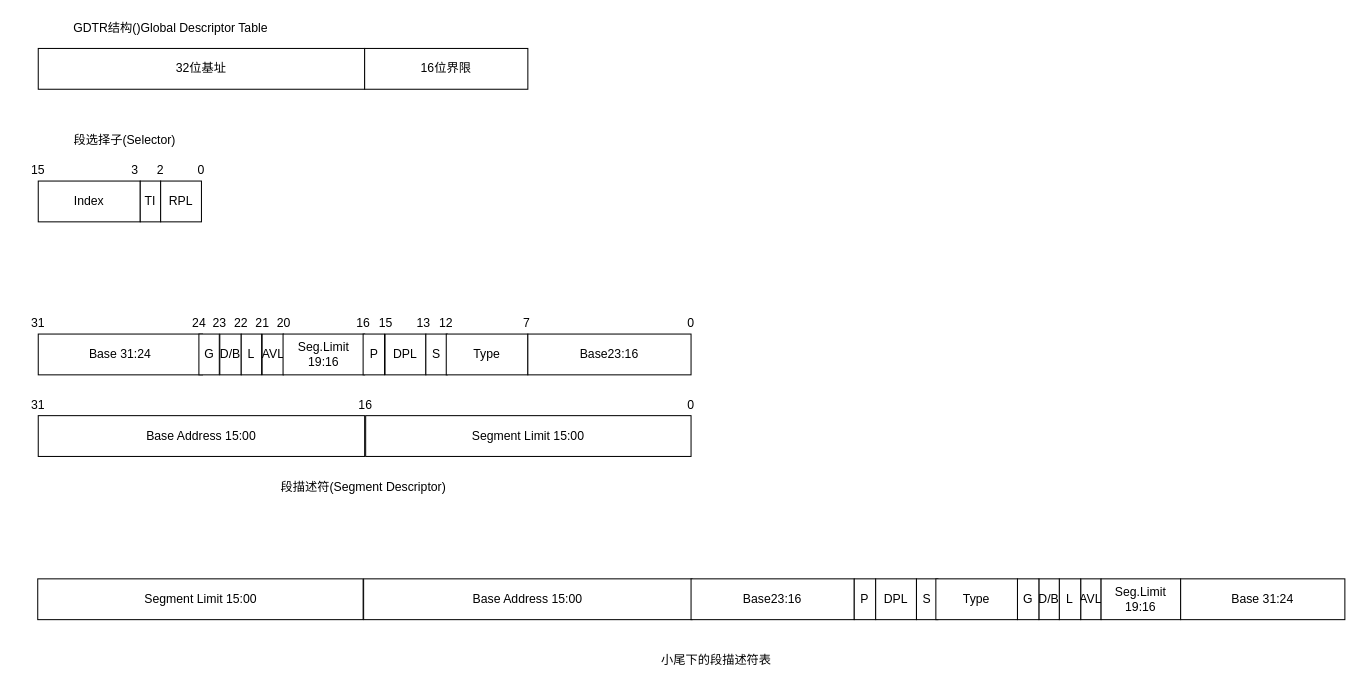
Earlier version of the draw.io diagram Untitled Diagram.drawio (NENCAO/cdn). Source tidied: cells renumbered, new cells numbered last; positions are measured from the earlier drawing's top-left corner, leaving out a move shared by most shapes. Both pictures are drawn from the tidied source at 102%, with x=0, y=0 at pixel (17, 17).
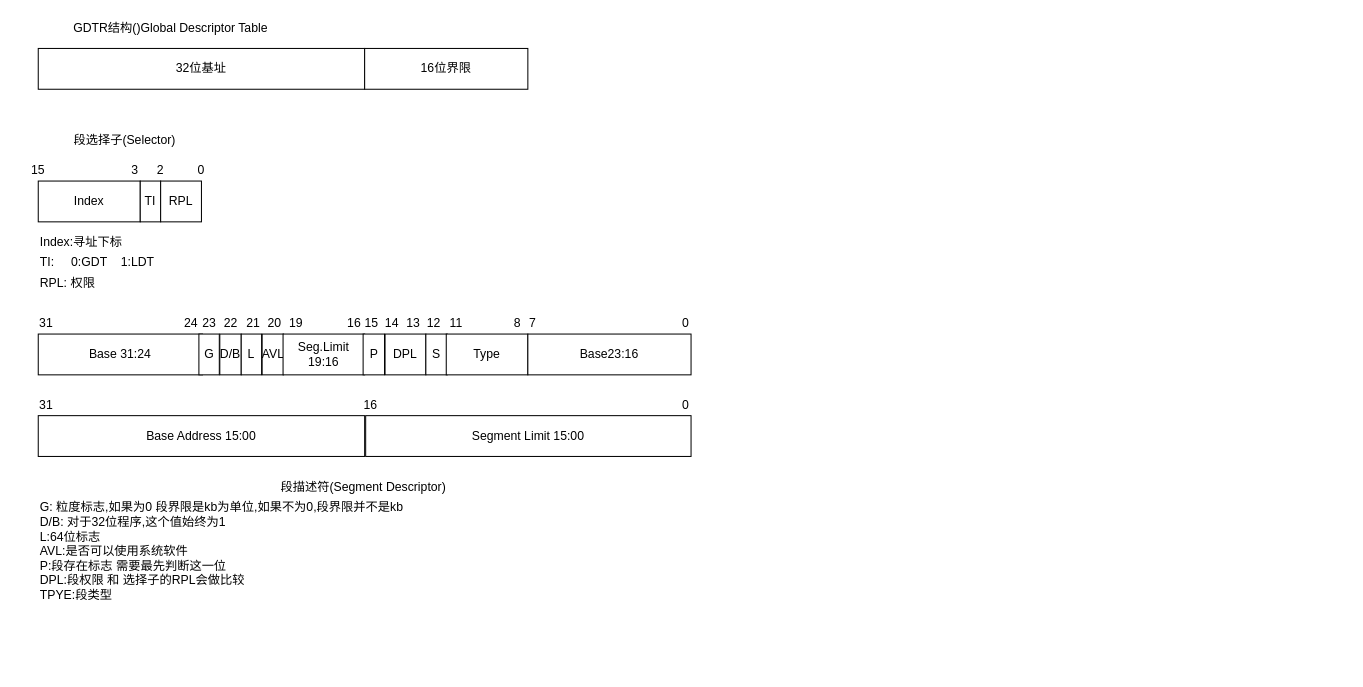
Above is the later version.

What changed in the source:
```diff
@@
     <mxCell id="16" value="31" style="text;html=1;strokeColor=none;fillColor=none;align=center;verticalAlign=middle;whiteSpace=wrap;rounded=0;" parent="1" vertex="1">
-      <mxGeometry x="-0.5" y="290" width="40" height="20" as="geometry" />
+      <mxGeometry x="7.5" y="290" width="40" height="20" as="geometry" />
     </mxCell>
     <mxCell id="17" value="24&lt;br&gt;" style="text;html=1;strokeColor=none;fillColor=none;align=center;verticalAlign=middle;whiteSpace=wrap;rounded=0;" parent="1" vertex="1">
-      <mxGeometry x="158" y="290" width="40" height="20" as="geometry" />
+      <mxGeometry x="150" y="290" width="40" height="20" as="geometry" />
     </mxCell>
     <mxCell id="18" value="23&lt;br&gt;" style="text;html=1;strokeColor=none;fillColor=none;align=center;verticalAlign=middle;whiteSpace=wrap;rounded=0;" parent="1" vertex="1">
-      <mxGeometry x="178" y="290" width="40" height="20" as="geometry" />
+      <mxGeometry x="168" y="290" width="40" height="20" as="geometry" />
     </mxCell>
     <mxCell id="19" value="22&lt;br&gt;" style="text;html=1;strokeColor=none;fillColor=none;align=center;verticalAlign=middle;whiteSpace=wrap;rounded=0;" parent="1" vertex="1">
-      <mxGeometry x="199" y="290" width="40" height="20" as="geometry" />
+      <mxGeometry x="189" y="290" width="40" height="20" as="geometry" />
     </mxCell>
@@
     <mxCell id="22" value="21&lt;br&gt;" style="text;html=1;strokeColor=none;fillColor=none;align=center;verticalAlign=middle;whiteSpace=wrap;rounded=0;" parent="1" vertex="1">
-      <mxGeometry x="219.5" y="290" width="40" height="20" as="geometry" />
+      <mxGeometry x="210.5" y="290" width="40" height="20" as="geometry" />
     </mxCell>
     <mxCell id="23" value="20&lt;br&gt;" style="text;html=1;strokeColor=none;fillColor=none;align=center;verticalAlign=middle;whiteSpace=wrap;rounded=0;" parent="1" vertex="1">
-      <mxGeometry x="240.5" y="290" width="40" height="20" as="geometry" />
+      <mxGeometry x="231.5" y="290" width="40" height="20" as="geometry" />
     </mxCell>
@@
     <mxCell id="25" value="16&lt;br&gt;" style="text;html=1;strokeColor=none;fillColor=none;align=center;verticalAlign=middle;whiteSpace=wrap;rounded=0;" parent="1" vertex="1">
-      <mxGeometry x="318.5" y="290" width="40" height="20" as="geometry" />
+      <mxGeometry x="310" y="290" width="40" height="20" as="geometry" />
     </mxCell>
@@
     <mxCell id="31" value="15&lt;br&gt;" style="text;html=1;strokeColor=none;fillColor=none;align=center;verticalAlign=middle;whiteSpace=wrap;rounded=0;" parent="1" vertex="1">
-      <mxGeometry x="341" y="290" width="40" height="20" as="geometry" />
+      <mxGeometry x="327" y="290" width="40" height="20" as="geometry" />
     </mxCell>
     <mxCell id="32" value="13&lt;br&gt;" style="text;html=1;strokeColor=none;fillColor=none;align=center;verticalAlign=middle;whiteSpace=wrap;rounded=0;" parent="1" vertex="1">
-      <mxGeometry x="377.5" y="290" width="40" height="20" as="geometry" />
+      <mxGeometry x="368" y="290" width="40" height="20" as="geometry" />
     </mxCell>
     <mxCell id="33" value="12&lt;br&gt;" style="text;html=1;strokeColor=none;fillColor=none;align=center;verticalAlign=middle;whiteSpace=wrap;rounded=0;" parent="1" vertex="1">
-      <mxGeometry x="400" y="290" width="40" height="20" as="geometry" />
+      <mxGeometry x="388" y="290" width="40" height="20" as="geometry" />
     </mxCell>
     <mxCell id="34" value="7&lt;br&gt;" style="text;html=1;strokeColor=none;fillColor=none;align=center;verticalAlign=middle;whiteSpace=wrap;rounded=0;" parent="1" vertex="1">
-      <mxGeometry x="479" y="290" width="40" height="20" as="geometry" />
+      <mxGeometry x="485" y="290" width="40" height="20" as="geometry" />
     </mxCell>
     <mxCell id="35" value="0&lt;br&gt;" style="text;html=1;strokeColor=none;fillColor=none;align=center;verticalAlign=middle;whiteSpace=wrap;rounded=0;" parent="1" vertex="1">
-      <mxGeometry x="640" y="290" width="40" height="20" as="geometry" />
+      <mxGeometry x="635" y="290" width="40" height="20" as="geometry" />
     </mxCell>
@@
     <mxCell id="38" value="31" style="text;html=1;strokeColor=none;fillColor=none;align=center;verticalAlign=middle;whiteSpace=wrap;rounded=0;" parent="1" vertex="1">
-      <mxGeometry x="-0.5" y="370" width="40" height="20" as="geometry" />
+      <mxGeometry x="7.5" y="370" width="40" height="20" as="geometry" />
     </mxCell>
     <mxCell id="39" value="16" style="text;html=1;strokeColor=none;fillColor=none;align=center;verticalAlign=middle;whiteSpace=wrap;rounded=0;" parent="1" vertex="1">
-      <mxGeometry x="321" y="370" width="40" height="20" as="geometry" />
+      <mxGeometry x="326" y="370" width="40" height="20" as="geometry" />
     </mxCell>
     <mxCell id="40" value="0" style="text;html=1;strokeColor=none;fillColor=none;align=center;verticalAlign=middle;whiteSpace=wrap;rounded=0;" parent="1" vertex="1">
-      <mxGeometry x="640" y="370" width="40" height="20" as="geometry" />
+      <mxGeometry x="635" y="370" width="40" height="20" as="geometry" />
     </mxCell>
@@
-    <mxCell id="42" value="Segment Limit 15:00" style="rounded=0;whiteSpace=wrap;html=1;" parent="1" vertex="1">
-      <mxGeometry x="19.5" y="550" width="319" height="40" as="geometry" />
-    </mxCell>
-    <mxCell id="43" value="Base Address 15:00&lt;br&gt;" style="rounded=0;whiteSpace=wrap;html=1;" parent="1" vertex="1">
-      <mxGeometry x="339" y="550" width="322" height="40" as="geometry" />
-    </mxCell>
-    <mxCell id="44" value="AVL&lt;br&gt;" style="rounded=0;whiteSpace=wrap;html=1;" parent="1" vertex="1">
-      <mxGeometry x="1042" y="550" width="20" height="40" as="geometry" />
-    </mxCell>
-    <mxCell id="45" value="L" style="rounded=0;whiteSpace=wrap;html=1;" parent="1" vertex="1">
-      <mxGeometry x="1021" y="550" width="21" height="40" as="geometry" />
-    </mxCell>
-    <mxCell id="46" value="D/B" style="rounded=0;whiteSpace=wrap;html=1;" parent="1" vertex="1">
-      <mxGeometry x="1001" y="550" width="20" height="40" as="geometry" />
-    </mxCell>
-    <mxCell id="47" value="G" style="rounded=0;whiteSpace=wrap;html=1;" parent="1" vertex="1">
-      <mxGeometry x="980" y="550" width="21" height="40" as="geometry" />
-    </mxCell>
-    <mxCell id="48" value="Seg.Limit&lt;br&gt;19:16&lt;br&gt;" style="rounded=0;whiteSpace=wrap;html=1;" parent="1" vertex="1">
-      <mxGeometry x="1062" y="550" width="78" height="40" as="geometry" />
-    </mxCell>
-    <mxCell id="49" value="Base 31:24" style="rounded=0;whiteSpace=wrap;html=1;" parent="1" vertex="1">
-      <mxGeometry x="1140" y="550" width="161" height="40" as="geometry" />
-    </mxCell>
-    <mxCell id="50" value="Base23:16" style="rounded=0;whiteSpace=wrap;html=1;" parent="1" vertex="1">
-      <mxGeometry x="660" y="550" width="160" height="40" as="geometry" />
-    </mxCell>
-    <mxCell id="51" value="P" style="rounded=0;whiteSpace=wrap;html=1;" parent="1" vertex="1">
-      <mxGeometry x="820" y="550" width="21" height="40" as="geometry" />
-    </mxCell>
-    <mxCell id="52" value="DPL" style="rounded=0;whiteSpace=wrap;html=1;" parent="1" vertex="1">
-      <mxGeometry x="841" y="550" width="40" height="40" as="geometry" />
-    </mxCell>
-    <mxCell id="53" value="S" style="rounded=0;whiteSpace=wrap;html=1;" parent="1" vertex="1">
-      <mxGeometry x="881" y="550" width="21" height="40" as="geometry" />
-    </mxCell>
-    <mxCell id="54" value="Type" style="rounded=0;whiteSpace=wrap;html=1;" parent="1" vertex="1">
-      <mxGeometry x="900" y="550" width="80" height="40" as="geometry" />
-    </mxCell>
-    <mxCell id="55" value="小尾下的段描述符表&lt;br&gt;" style="text;html=1;strokeColor=none;fillColor=none;align=center;verticalAlign=middle;whiteSpace=wrap;rounded=0;" parent="1" vertex="1">
-      <mxGeometry x="570" y="620" width="230" height="20" as="geometry" />
-    </mxCell>
+    <mxCell id="56" value="Index:寻址下标" style="text;html=1;strokeColor=none;fillColor=none;align=left;verticalAlign=middle;whiteSpace=wrap;rounded=0;" parent="1" vertex="1">
+      <mxGeometry x="20" y="210" width="170" height="20" as="geometry" />
+    </mxCell>
+    <mxCell id="57" value="TI:&amp;nbsp; &amp;nbsp; &amp;nbsp;0:GDT&amp;nbsp; &amp;nbsp; 1:LDT" style="text;html=1;strokeColor=none;fillColor=none;align=left;verticalAlign=middle;whiteSpace=wrap;rounded=0;" parent="1" vertex="1">
+      <mxGeometry x="20" y="230" width="170" height="20" as="geometry" />
+    </mxCell>
+    <mxCell id="58" value="RPL: 权限" style="text;html=1;strokeColor=none;fillColor=none;align=left;verticalAlign=middle;whiteSpace=wrap;rounded=0;" parent="1" vertex="1">
+      <mxGeometry x="20" y="250" width="170" height="20" as="geometry" />
+    </mxCell>
+    <mxCell id="59" value="19" style="text;html=1;strokeColor=none;fillColor=none;align=center;verticalAlign=middle;whiteSpace=wrap;rounded=0;" parent="1" vertex="1">
+      <mxGeometry x="253" y="290" width="40" height="20" as="geometry" />
+    </mxCell>
+    <mxCell id="60" value="11" style="text;html=1;strokeColor=none;fillColor=none;align=center;verticalAlign=middle;whiteSpace=wrap;rounded=0;" parent="1" vertex="1">
+      <mxGeometry x="410" y="290" width="40" height="20" as="geometry" />
+    </mxCell>
+    <mxCell id="61" value="8" style="text;html=1;strokeColor=none;fillColor=none;align=center;verticalAlign=middle;whiteSpace=wrap;rounded=0;" parent="1" vertex="1">
+      <mxGeometry x="470" y="290" width="40" height="20" as="geometry" />
+    </mxCell>
+    <mxCell id="62" value="14" style="text;html=1;strokeColor=none;fillColor=none;align=center;verticalAlign=middle;whiteSpace=wrap;rounded=0;" parent="1" vertex="1">
+      <mxGeometry x="347" y="290" width="40" height="20" as="geometry" />
+    </mxCell>
+    <mxCell id="63" value="G: 粒度标志,如果为0 段界限是kb为单位,如果不为0,段界限并不是kb&lt;br&gt;D/B: 对于32位程序,这个值始终为1&lt;br&gt;L:64位标志&lt;br&gt;AVL:是否可以使用系统软件&lt;br&gt;P:段存在标志 需要最先判断这一位&lt;br&gt;DPL:段权限 和 选择子的RPL会做比较&lt;br&gt;TPYE:段类型&amp;nbsp;" style="text;html=1;strokeColor=none;fillColor=none;align=left;verticalAlign=middle;whiteSpace=wrap;rounded=0;" parent="1" vertex="1">
+      <mxGeometry x="19.5" y="513" width="531" height="20" as="geometry" />
+    </mxCell>
```
